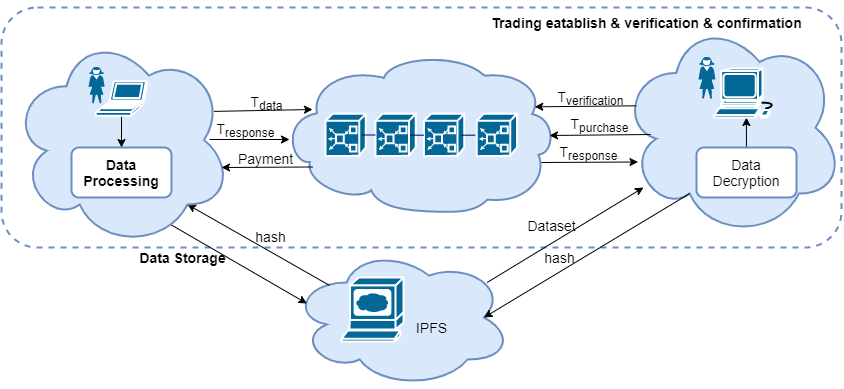
Above: overview.png in yyuu-6/1111 (draw.io), before the change. Source tidied: cells renumbered, new cells last; positions are measured from the earlier drawing's top-left corner, leaving out a move shared by most shapes.
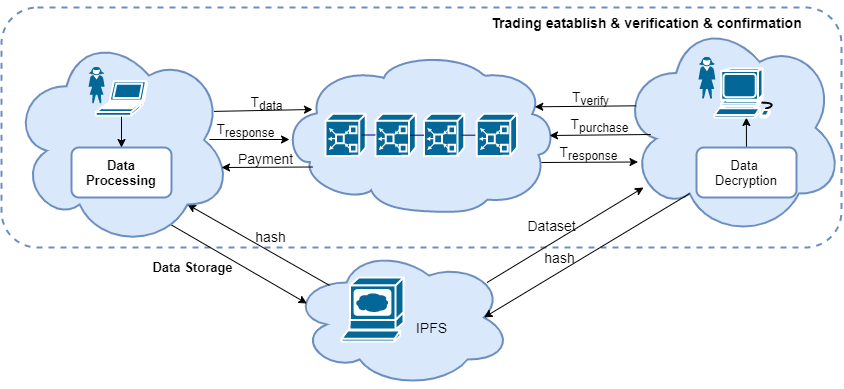
The same file after the commit.

What changed in the source:
```diff
@@ -22,9 +22,9 @@
     <mxCell id="6" style="rounded=0;jettySize=auto;html=1;exitX=0.723;exitY=0.893;exitDx=0;exitDy=0;exitPerimeter=0;entryX=0.07;entryY=0.4;entryDx=0;entryDy=0;entryPerimeter=0;fontStyle=0;" parent="1" edge="1" source="12" target="5">
       <mxGeometry relative="1" as="geometry" />
     </mxCell>
-    <mxCell id="7" value="&lt;font style=&quot;font-size: 14px&quot;&gt;&lt;span&gt;Data Storage&lt;/span&gt;&lt;/font&gt;" style="edgeLabel;html=1;align=center;verticalAlign=middle;fontStyle=1;labelBackgroundColor=none;" parent="6" vertex="1">
+    <mxCell id="7" value="&lt;font style=&quot;font-size: 13px;&quot;&gt;&lt;span style=&quot;font-size: 13px;&quot;&gt;Data Storage&lt;/span&gt;&lt;/font&gt;" style="edgeLabel;html=1;align=center;verticalAlign=middle;fontStyle=1;labelBackgroundColor=none;fontSize=13;" parent="6" vertex="1">
       <mxGeometry x="-0.25" y="2" relative="1" as="geometry">
-        <mxPoint x="-41" y="5" as="offset" />
+        <mxPoint x="-31" y="15" as="offset" />
       </mxGeometry>
     </mxCell>
     <mxCell id="8" style="edgeStyle=none;rounded=0;jettySize=auto;html=1;exitX=0.8;exitY=0.8;exitDx=0;exitDy=0;exitPerimeter=0;entryX=0.173;entryY=0.271;entryDx=0;entryDy=0;entryPerimeter=0;startArrow=classic;startFill=1;endArrow=none;endFill=0;fontStyle=0;" parent="1" edge="1" source="12" target="5">
@@ -79,7 +79,7 @@
     <mxCell id="22" style="line;strokeWidth=1;fillColor=none;align=left;verticalAlign=middle;spacingTop=-1;spacingLeft=3;spacingRight=3;labelPosition=right;strokeColor=#000066;fontStyle=0;" parent="15" vertex="1">
       <mxGeometry x="135.9" y="18.5" width="13.9" height="5.7" as="geometry" />
     </mxCell>
-    <mxCell id="23" style="group;" parent="1" vertex="1">
+    <mxCell id="23" style="group;fontSize=13;" parent="1" vertex="1">
       <mxGeometry x="689" y="80" width="152.9" height="150" as="geometry" />
     </mxCell>
     <mxCell id="24" style="ellipse;shape=cloud;whiteSpace=wrap;html=1;strokeColor=#6c8ebf;strokeWidth=2;fillColor=#dae8fc;" parent="23" vertex="1">
@@ -94,13 +94,13 @@
     <mxCell id="27" style="shape=mxgraph.cisco.computers_and_peripherals.workstation;html=1;dashed=0;fillColor=#036897;strokeColor=#ffffff;strokeWidth=2;verticalLabelPosition=bottom;verticalAlign=top;align=center;outlineConnect=0;fontSize=17;fontStyle=0;" parent="23" vertex="1">
       <mxGeometry x="23.8" y="-18.9" width="64.2" height="48.9" as="geometry" />
     </mxCell>
-    <mxCell id="28" value="&lt;font style=&quot;font-size: 14px&quot;&gt;&lt;span&gt;Data Decryption&lt;/span&gt;&lt;/font&gt;" style="rounded=1;whiteSpace=wrap;html=1;strokeColor=#6C8EBF;strokeWidth=2;fontStyle=0;" parent="23" vertex="1">
+    <mxCell id="28" value="&lt;font style=&quot;font-size: 13px&quot;&gt;&lt;span style=&quot;font-size: 13px&quot;&gt;Data &lt;br&gt;Decryption&lt;/span&gt;&lt;/font&gt;" style="rounded=1;whiteSpace=wrap;html=1;strokeColor=#6C8EBF;strokeWidth=2;fontStyle=0;fontSize=13;" parent="23" vertex="1">
       <mxGeometry x="6" y="60" width="100" height="50" as="geometry" />
     </mxCell>
     <mxCell id="29" style="shape=mxgraph.cisco.computers_and_peripherals.web_browser;html=1;dashed=0;fillColor=#036897;strokeColor=#ffffff;strokeWidth=2;verticalLabelPosition=bottom;verticalAlign=top;align=center;fontStyle=0;" parent="1" vertex="1">
       <mxGeometry x="340" y="270" width="62" height="64" as="geometry" />
     </mxCell>
-    <mxCell id="30" value="&lt;font style=&quot;font-size: 14px&quot;&gt;&lt;span&gt;&lt;b&gt;Data Processing&lt;/b&gt;&lt;/span&gt;&lt;/font&gt;" style="rounded=1;whiteSpace=wrap;html=1;strokeColor=#6C8EBF;strokeWidth=2;fontStyle=0;" parent="1" vertex="1">
+    <mxCell id="30" value="&lt;font style=&quot;font-size: 13px;&quot;&gt;&lt;span style=&quot;font-size: 13px;&quot;&gt;&lt;b style=&quot;font-size: 13px;&quot;&gt;Data Processing&lt;/b&gt;&lt;/span&gt;&lt;/font&gt;" style="rounded=1;whiteSpace=wrap;html=1;strokeColor=#6C8EBF;strokeWidth=2;fontStyle=0;fontSize=13;" parent="1" vertex="1">
       <mxGeometry x="70" y="140" width="100" height="50" as="geometry" />
     </mxCell>
     <mxCell id="31" style="shape=mxgraph.cisco.people.standing_woman;html=1;dashed=0;fillColor=#036897;strokeColor=#ffffff;strokeWidth=2;verticalLabelPosition=bottom;verticalAlign=top;align=center;fontStyle=0;" parent="1" vertex="1">
@@ -128,7 +128,7 @@
         <mxPoint x="533.3" y="99.3" as="targetPoint" />
       </mxGeometry>
     </mxCell>
-    <mxCell id="38" value="&lt;font style=&quot;font-size: 14px&quot;&gt;T&lt;sub&gt;verification&lt;/sub&gt;&lt;/font&gt;" style="edgeLabel;html=1;align=center;verticalAlign=middle;fontSize=13;fontStyle=0;labelBackgroundColor=none;" parent="37" vertex="1">
+    <mxCell id="38" value="&lt;font style=&quot;font-size: 14px&quot;&gt;T&lt;sub&gt;verify&lt;br&gt;&lt;/sub&gt;&lt;/font&gt;" style="edgeLabel;html=1;align=center;verticalAlign=middle;fontSize=13;fontStyle=0;labelBackgroundColor=none;" parent="37" vertex="1">
       <mxGeometry x="0.47" relative="1" as="geometry">
         <mxPoint x="29" y="-9" as="offset" />
       </mxGeometry>
```
